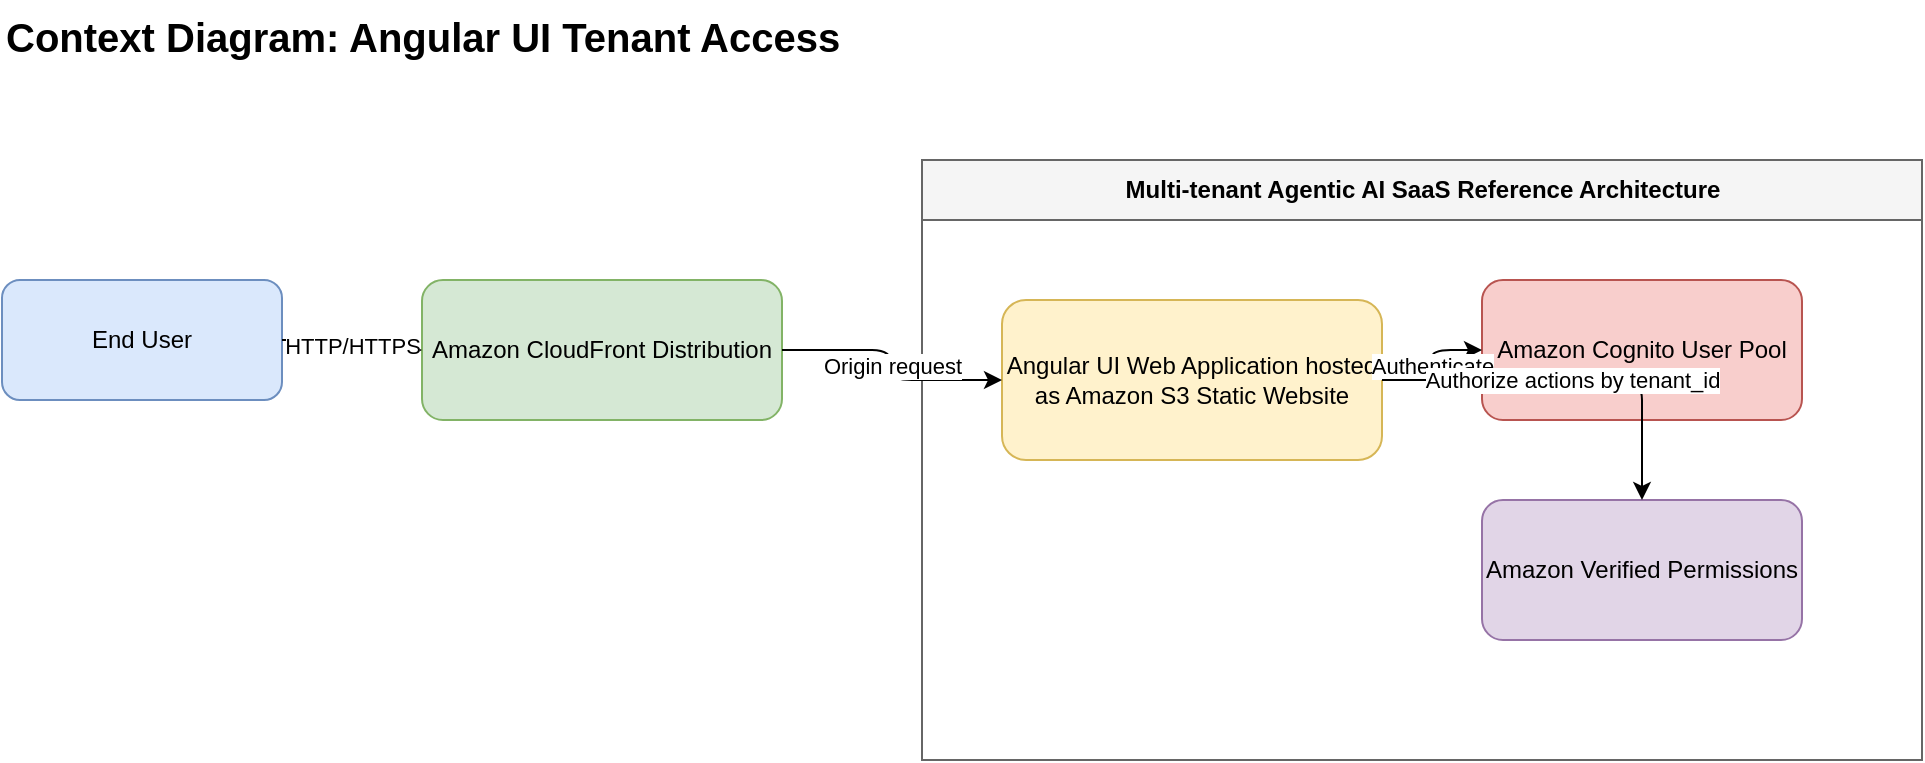
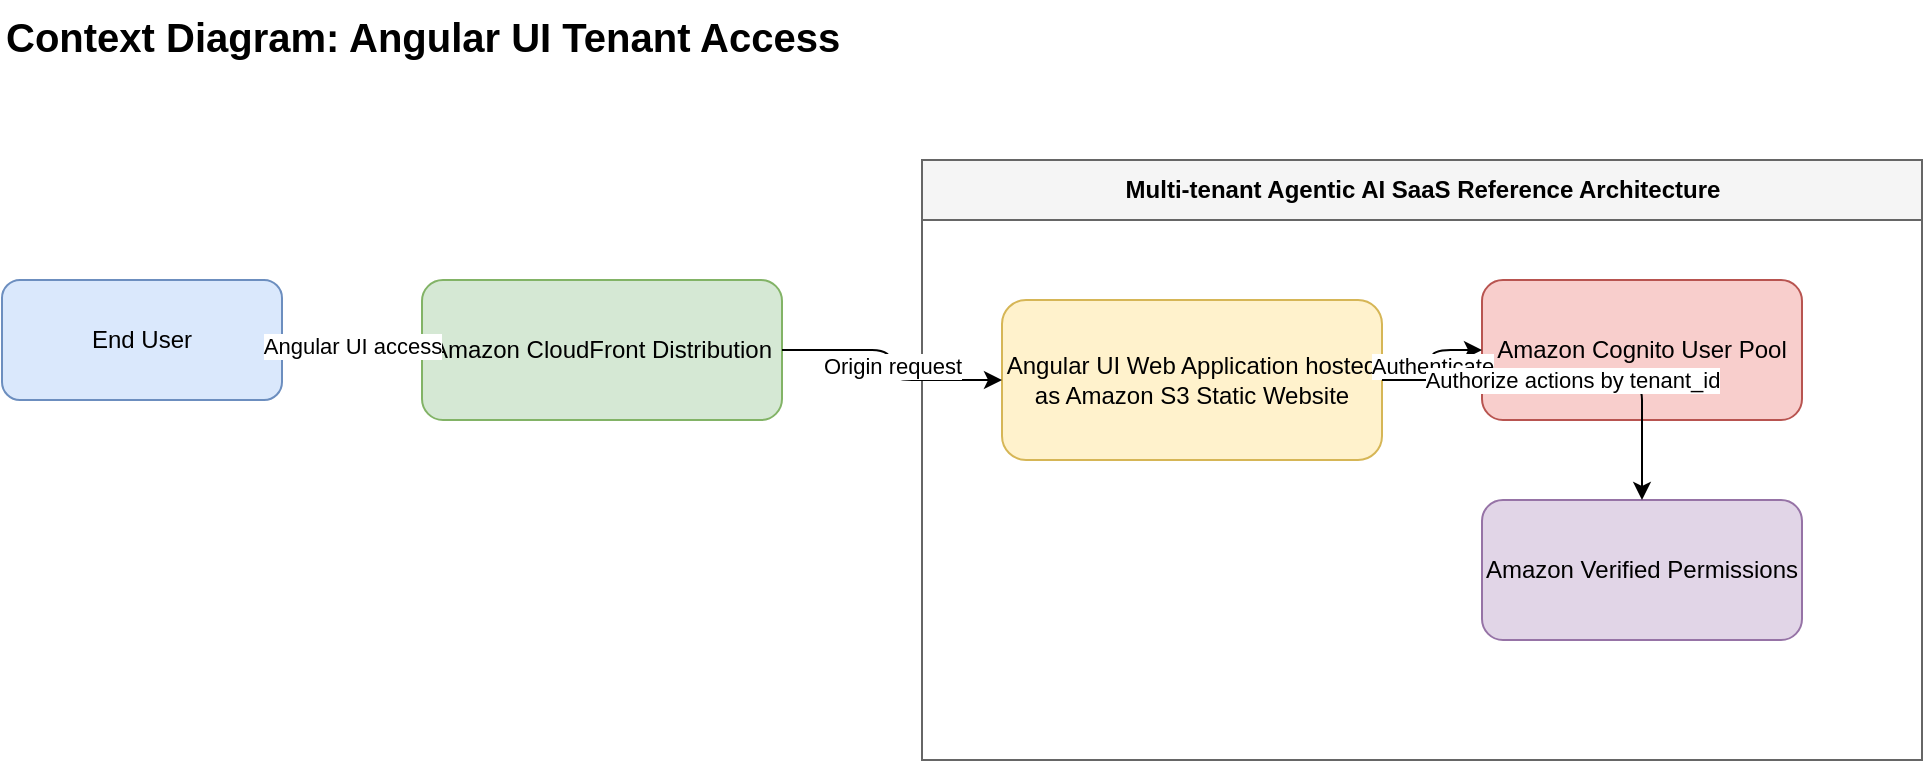
<mxGraphModel dx="1200" dy="800" grid="1" gridSize="10" guides="1" tooltips="1" connect="1" arrows="1" fold="1" page="1" pageScale="1" pageWidth="1100" pageHeight="850" math="0" shadow="0" adaptiveColors="auto">
  <root>
    <mxCell id="0"/>
    <mxCell id="1" parent="0"/>
    <mxCell id="title" value="Context Diagram: Angular UI Tenant Access" style="text;html=1;fontSize=20;fontStyle=1;strokeColor=none;fillColor=none;" vertex="1" parent="1">
      <mxGeometry x="40" y="20" width="500" height="40" as="geometry"/>
    </mxCell>
    <mxCell id="user" value="End User" style="rounded=1;whiteSpace=wrap;html=1;fillColor=#dae8fc;strokeColor=#6c8ebf;" vertex="1" parent="1">
      <mxGeometry x="40" y="160" width="140" height="60" as="geometry"/>
    </mxCell>
    <mxCell id="cloudfront" value="Amazon CloudFront Distribution" style="rounded=1;whiteSpace=wrap;html=1;fillColor=#d5e8d4;strokeColor=#82b366;" vertex="1" parent="1">
      <mxGeometry x="250" y="160" width="180" height="70" as="geometry"/>
    </mxCell>
    <mxCell id="system" value="Multi-tenant Agentic AI SaaS Reference Architecture" style="swimlane;startSize=30;fillColor=#f5f5f5;strokeColor=#666666;html=1;" vertex="1" parent="1">
      <mxGeometry x="500" y="100" width="500" height="300" as="geometry"/>
    </mxCell>
    <mxCell id="ui" value="Angular UI Web Application hosted as Amazon S3 Static Website" style="rounded=1;whiteSpace=wrap;html=1;fillColor=#fff2cc;strokeColor=#d6b656;" vertex="1" parent="system">
      <mxGeometry x="40" y="70" width="190" height="80" as="geometry"/>
    </mxCell>
    <mxCell id="cognito" value="Amazon Cognito User Pool" style="rounded=1;whiteSpace=wrap;html=1;fillColor=#f8cecc;strokeColor=#b85450;" vertex="1" parent="system">
      <mxGeometry x="280" y="60" width="160" height="70" as="geometry"/>
    </mxCell>
    <mxCell id="avp" value="Amazon Verified Permissions" style="rounded=1;whiteSpace=wrap;html=1;fillColor=#e1d5e7;strokeColor=#9673a6;" vertex="1" parent="system">
      <mxGeometry x="280" y="170" width="160" height="70" as="geometry"/>
    </mxCell>
-     <mxCell id="e1" value="HTTP/HTTPS" style="edgeStyle=orthogonalEdgeStyle;rounded=1;html=1;endArrow=classic;" edge="1" parent="1" source="user" target="cloudfront">
+     <mxCell id="e1" value="Angular UI access" style="edgeStyle=orthogonalEdgeStyle;rounded=1;html=1;endArrow=classic;" edge="1" parent="1" source="user" target="cloudfront">
      <mxGeometry relative="1" as="geometry"/>
    </mxCell>
    <mxCell id="e2" value="Origin request" style="edgeStyle=orthogonalEdgeStyle;rounded=1;html=1;endArrow=classic;" edge="1" parent="1" source="cloudfront" target="ui">
      <mxGeometry relative="1" as="geometry"/>
    </mxCell>
    <mxCell id="e3" value="Authenticate" style="edgeStyle=orthogonalEdgeStyle;rounded=1;html=1;endArrow=classic;" edge="1" parent="1" source="ui" target="cognito">
      <mxGeometry relative="1" as="geometry"/>
    </mxCell>
    <mxCell id="e4" value="Authorize actions by tenant_id" style="edgeStyle=orthogonalEdgeStyle;rounded=1;html=1;endArrow=classic;" edge="1" parent="1" source="ui" target="avp">
      <mxGeometry relative="1" as="geometry"/>
    </mxCell>
  </root>
</mxGraphModel>
- 
